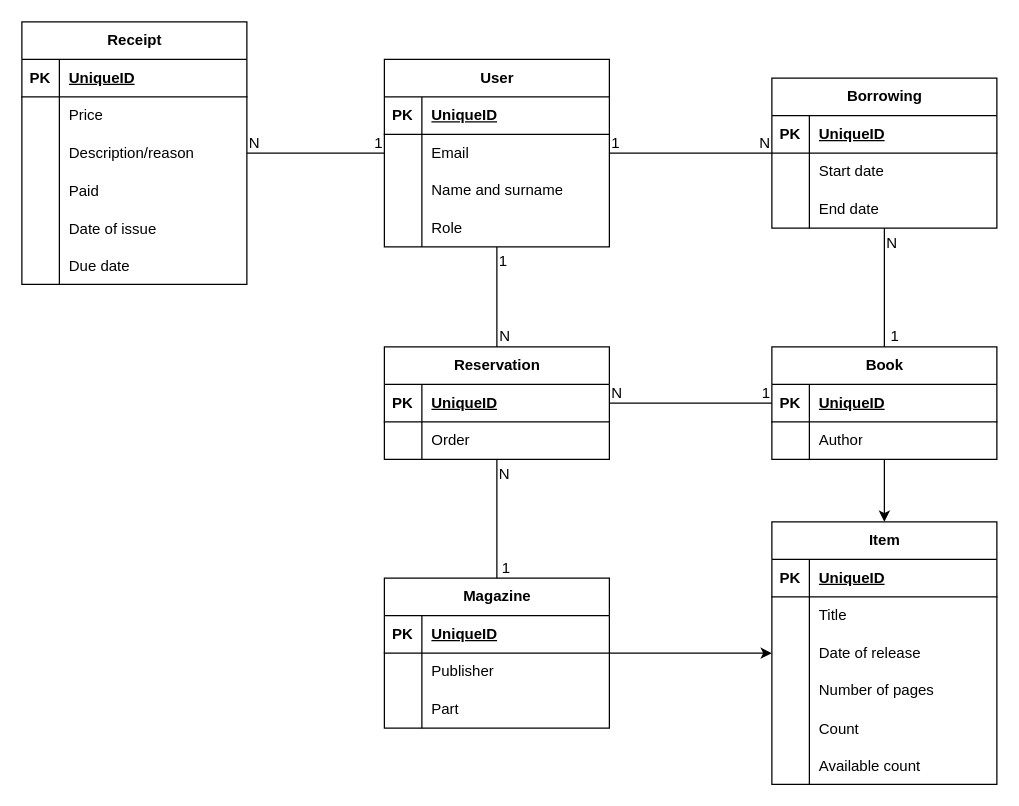
Above: er.drawio in Martan03/IDS-project (draw.io), before the change. Source tidied: cells renumbered, new cells numbered last; positions are measured from the earlier drawing's top-left corner, leaving out a move shared by most shapes. Both pictures are drawn from the tidied source at 125%, with x=0, y=0 at pixel (21, 21).
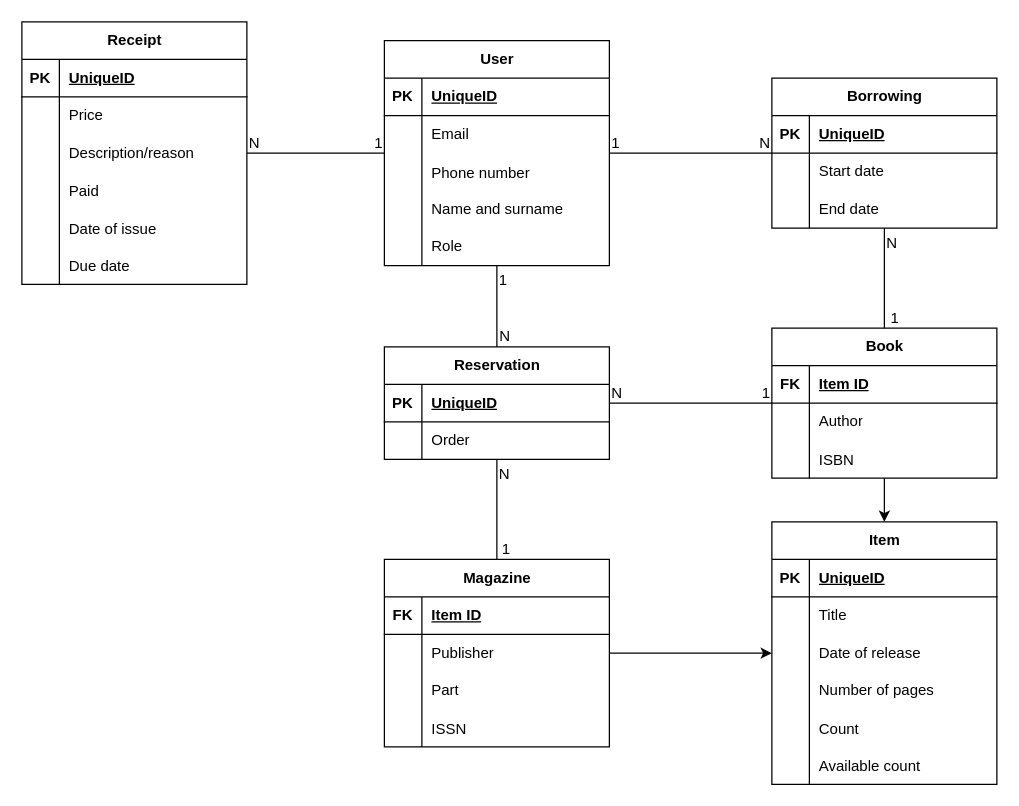
The same page after the edit.

Commit message (it also covers changes not shown here):
Add SQL for creating (not done yet)

The change refers to these unchanged cells:
```xml
<mxCell id="16" style="shape=tableRow;horizontal=0;startSize=0;swimlaneHead=0;swimlaneBody=0;fillColor=none;top=0;left=0;right=0;bottom=1;" parent="15" vertex="1">
  <mxGeometry y="30" width="180" height="30" as="geometry" />
</mxCell>
<mxCell id="71" style="shape=tableRow;horizontal=0;startSize=0;swimlaneHead=0;swimlaneBody=0;fillColor=none;top=0;left=0;right=0;bottom=1;" parent="70" vertex="1">
  <mxGeometry y="30" width="180" height="30" as="geometry" />
</mxCell>
```

What changed in the source:
```diff
@@
     <mxCell id="2" value="User" style="shape=table;startSize=30;childLayout=tableLayout;rowLines=0;fontStyle=1;align=center;html=1;" parent="1" vertex="1">
-      <mxGeometry x="290" y="30" width="180" height="150" as="geometry" />
+      <mxGeometry x="290" y="15" width="180" height="180" as="geometry" />
     </mxCell>
@@
+    <mxCell id="107" style="shape=tableRow;horizontal=0;startSize=0;swimlaneHead=0;swimlaneBody=0;fillColor=none;top=0;left=0;right=0;bottom=0;" parent="2" vertex="1">
+      <mxGeometry y="90" width="180" height="30" as="geometry" />
+    </mxCell>
+    <mxCell id="108" style="shape=partialRectangle;fillColor=none;top=0;left=0;bottom=0;right=0;overflow=hidden;" parent="107" vertex="1">
+      <mxGeometry width="30" height="30" as="geometry" />
+    </mxCell>
+    <mxCell id="109" value="Phone number" style="shape=partialRectangle;fillColor=none;top=0;left=0;bottom=0;right=0;align=left;spacingLeft=6;overflow=hidden;" parent="107" vertex="1">
+      <mxGeometry x="30" width="150" height="30" as="geometry" />
+    </mxCell>
     <mxCell id="9" style="shape=tableRow;horizontal=0;startSize=0;swimlaneHead=0;swimlaneBody=0;fillColor=none;top=0;left=0;right=0;bottom=0;" parent="2" vertex="1">
-      <mxGeometry y="90" width="180" height="30" as="geometry" />
+      <mxGeometry y="120" width="180" height="30" as="geometry" />
     </mxCell>
@@
     <mxCell id="12" style="shape=tableRow;horizontal=0;startSize=0;swimlaneHead=0;swimlaneBody=0;fillColor=none;top=0;left=0;right=0;bottom=0;" parent="2" vertex="1">
-      <mxGeometry y="120" width="180" height="30" as="geometry" />
+      <mxGeometry y="150" width="180" height="30" as="geometry" />
     </mxCell>
@@
     <mxCell id="15" value="Book" style="shape=table;startSize=30;childLayout=tableLayout;rowLines=0;fontStyle=1;align=center;html=1;" parent="1" vertex="1">
-      <mxGeometry x="600" y="260" width="180" height="90" as="geometry" />
+      <mxGeometry x="600" y="245" width="180" height="120" as="geometry" />
     </mxCell>
@@
-    <mxCell id="17" value="PK" style="shape=partialRectangle;fillColor=none;top=0;left=0;bottom=0;right=0;fontStyle=1;overflow=hidden;whiteSpace=wrap;html=1;" parent="16" vertex="1">
+    <mxCell id="17" value="FK" style="shape=partialRectangle;fillColor=none;top=0;left=0;bottom=0;right=0;fontStyle=1;overflow=hidden;whiteSpace=wrap;html=1;" parent="16" vertex="1">
       <mxGeometry width="30" height="30" as="geometry" />
     </mxCell>
-    <mxCell id="18" value="UniqueID" style="shape=partialRectangle;fillColor=none;top=0;left=0;bottom=0;right=0;align=left;spacingLeft=6;fontStyle=5;overflow=hidden;whiteSpace=wrap;html=1;" parent="16" vertex="1">
+    <mxCell id="18" value="Item ID" style="shape=partialRectangle;fillColor=none;top=0;left=0;bottom=0;right=0;align=left;spacingLeft=6;fontStyle=5;overflow=hidden;whiteSpace=wrap;html=1;" parent="16" vertex="1">
       <mxGeometry x="30" width="150" height="30" as="geometry" />
     </mxCell>
@@
+    <mxCell id="110" style="shape=tableRow;horizontal=0;startSize=0;swimlaneHead=0;swimlaneBody=0;fillColor=none;top=0;left=0;right=0;bottom=0;" parent="15" vertex="1">
+      <mxGeometry y="90" width="180" height="30" as="geometry" />
+    </mxCell>
+    <mxCell id="111" style="shape=partialRectangle;fillColor=none;top=0;left=0;bottom=0;right=0;overflow=hidden;" parent="110" vertex="1">
+      <mxGeometry width="30" height="30" as="geometry" />
+    </mxCell>
+    <mxCell id="112" value="ISBN" style="shape=partialRectangle;fillColor=none;top=0;left=0;bottom=0;right=0;align=left;spacingLeft=6;overflow=hidden;" parent="110" vertex="1">
+      <mxGeometry x="30" width="150" height="30" as="geometry" />
+    </mxCell>
@@
     <mxCell id="70" value="Magazine" style="shape=table;startSize=30;childLayout=tableLayout;rowLines=0;fontStyle=1;align=center;html=1;" parent="1" vertex="1">
-      <mxGeometry x="290" y="445" width="180" height="120" as="geometry" />
+      <mxGeometry x="290" y="430" width="180" height="150" as="geometry" />
     </mxCell>
@@
-    <mxCell id="72" value="PK" style="shape=partialRectangle;fillColor=none;top=0;left=0;bottom=0;right=0;fontStyle=1;overflow=hidden;whiteSpace=wrap;html=1;" parent="71" vertex="1">
+    <mxCell id="72" value="FK" style="shape=partialRectangle;fillColor=none;top=0;left=0;bottom=0;right=0;fontStyle=1;overflow=hidden;whiteSpace=wrap;html=1;" parent="71" vertex="1">
       <mxGeometry width="30" height="30" as="geometry" />
     </mxCell>
-    <mxCell id="73" value="UniqueID" style="shape=partialRectangle;fillColor=none;top=0;left=0;bottom=0;right=0;align=left;spacingLeft=6;fontStyle=5;overflow=hidden;whiteSpace=wrap;html=1;" parent="71" vertex="1">
+    <mxCell id="73" value="Item ID" style="shape=partialRectangle;fillColor=none;top=0;left=0;bottom=0;right=0;align=left;spacingLeft=6;fontStyle=5;overflow=hidden;whiteSpace=wrap;html=1;" parent="71" vertex="1">
       <mxGeometry x="30" width="150" height="30" as="geometry" />
     </mxCell>
@@
+    <mxCell id="113" style="shape=tableRow;horizontal=0;startSize=0;swimlaneHead=0;swimlaneBody=0;fillColor=none;top=0;left=0;right=0;bottom=0;" parent="70" vertex="1">
+      <mxGeometry y="120" width="180" height="30" as="geometry" />
+    </mxCell>
+    <mxCell id="114" style="shape=partialRectangle;fillColor=none;top=0;left=0;bottom=0;right=0;overflow=hidden;" parent="113" vertex="1">
+      <mxGeometry width="30" height="30" as="geometry" />
+    </mxCell>
+    <mxCell id="115" value="ISSN" style="shape=partialRectangle;fillColor=none;top=0;left=0;bottom=0;right=0;align=left;spacingLeft=6;overflow=hidden;" parent="113" vertex="1">
+      <mxGeometry x="30" width="150" height="30" as="geometry" />
+    </mxCell>
```
